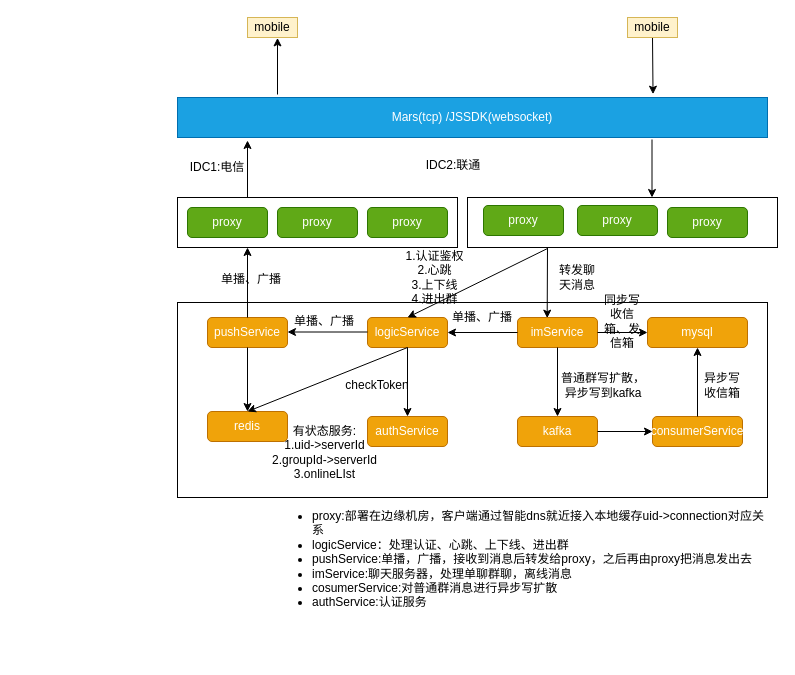
Above: arch/im/arch.drawio in zhangchuhu/drawio (draw.io), before the change. Source tidied: cells renumbered, new cells numbered last; positions are measured from the earlier drawing's top-left corner, leaving out a move shared by most shapes. Both pictures are drawn from the tidied source at 100%, with x=0, y=0 at pixel (177, 17).
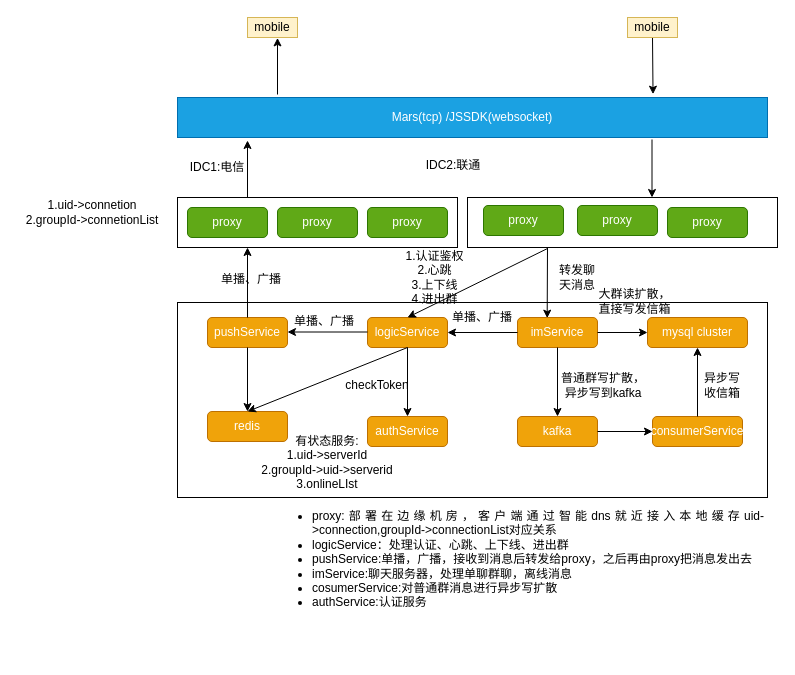
Above is the later version.

Diff of the diagram source:
```diff
@@
-    <mxCell id="30" value="有状态服务:&lt;br&gt;1.uid-&amp;gt;serverId&lt;br&gt;2.groupId-&amp;gt;serverId&lt;br&gt;3.onlineLIst" style="text;html=1;strokeColor=none;fillColor=none;align=center;verticalAlign=middle;whiteSpace=wrap;rounded=0;" parent="1" vertex="1">
-      <mxGeometry x="85.5" y="410" width="123" height="50" as="geometry" />
+    <mxCell id="30" value="1.uid-&amp;gt;connetion&lt;br&gt;2.groupId-&amp;gt;connetionList" style="text;html=1;strokeColor=none;fillColor=none;align=center;verticalAlign=middle;whiteSpace=wrap;rounded=0;" parent="1" vertex="1">
+      <mxGeometry x="-160" y="170" width="150" height="50" as="geometry" />
     </mxCell>
@@
-    <mxCell id="39" value="mysql" style="rounded=1;whiteSpace=wrap;html=1;fillColor=#f0a30a;strokeColor=#BD7000;fontColor=#ffffff;" parent="1" vertex="1">
+    <mxCell id="39" value="mysql cluster" style="rounded=1;whiteSpace=wrap;html=1;fillColor=#f0a30a;strokeColor=#BD7000;fontColor=#ffffff;" parent="1" vertex="1">
       <mxGeometry x="470" y="300" width="100" height="30" as="geometry" />
     </mxCell>
@@
-    <mxCell id="49" value="同步写收信箱、发信箱" style="text;html=1;strokeColor=none;fillColor=none;align=center;verticalAlign=middle;whiteSpace=wrap;rounded=0;" parent="1" vertex="1">
-      <mxGeometry x="425" y="294" width="40" height="20" as="geometry" />
+    <mxCell id="49" value="大群读扩散，直接写发信箱" style="text;html=1;strokeColor=none;fillColor=none;align=center;verticalAlign=middle;whiteSpace=wrap;rounded=0;" parent="1" vertex="1">
+      <mxGeometry x="420" y="274" width="75" height="20" as="geometry" />
     </mxCell>
-    <mxCell id="50" value="&lt;div style=&quot;text-align: justify&quot;&gt;&lt;ul&gt;&lt;li&gt;&lt;span style=&quot;font-weight: normal&quot;&gt;&lt;font style=&quot;font-size: 12px&quot;&gt;proxy:部署在边缘机房，客户端通过智能dns就近接入本地缓存uid-&amp;gt;connection对应关系&lt;/font&gt;&lt;/span&gt;&lt;/li&gt;&lt;li&gt;&lt;span&gt;logicService：处理认证、心跳、上下线、进出群&lt;/span&gt;&lt;/li&gt;&lt;li&gt;&lt;span&gt;pushService:单播，广播，接收到消息后转发给proxy，之后再由proxy把消息发出去&lt;/span&gt;&lt;/li&gt;&lt;li&gt;imService:聊天服务器，处理单聊群聊，离线消息&lt;/li&gt;&lt;li&gt;cosumerService:对普通群消息进行异步写扩散&lt;/li&gt;&lt;li&gt;&lt;span&gt;authService:认证服务&lt;/span&gt;&lt;/li&gt;&lt;/ul&gt;&lt;/div&gt;&lt;div style=&quot;text-align: justify&quot;&gt;&lt;span style=&quot;font-weight: normal&quot;&gt;&lt;font style=&quot;font-size: 12px&quot;&gt;&lt;br&gt;&lt;/font&gt;&lt;/span&gt;&lt;/div&gt;" style="text;html=1;strokeColor=none;fillColor=none;spacing=5;spacingTop=-20;whiteSpace=wrap;overflow=hidden;rounded=0;" parent="1" vertex="1">
+    <mxCell id="50" value="&lt;div style=&quot;text-align: justify&quot;&gt;&lt;ul&gt;&lt;li&gt;&lt;span style=&quot;font-weight: normal&quot;&gt;&lt;font style=&quot;font-size: 12px&quot;&gt;proxy:部署在边缘机房，客户端通过智能dns就近接入本地缓存uid-&amp;gt;connection,groupId-&amp;gt;connectionList对应关系&lt;/font&gt;&lt;/span&gt;&lt;/li&gt;&lt;li&gt;&lt;span&gt;logicService：处理认证、心跳、上下线、进出群&lt;/span&gt;&lt;/li&gt;&lt;li&gt;&lt;span&gt;pushService:单播，广播，接收到消息后转发给proxy，之后再由proxy把消息发出去&lt;/span&gt;&lt;/li&gt;&lt;li&gt;imService:聊天服务器，处理单聊群聊，离线消息&lt;/li&gt;&lt;li&gt;cosumerService:对普通群消息进行异步写扩散&lt;/li&gt;&lt;li&gt;&lt;span&gt;authService:认证服务&lt;/span&gt;&lt;/li&gt;&lt;/ul&gt;&lt;/div&gt;&lt;div style=&quot;text-align: justify&quot;&gt;&lt;span style=&quot;font-weight: normal&quot;&gt;&lt;font style=&quot;font-size: 12px&quot;&gt;&lt;br&gt;&lt;/font&gt;&lt;/span&gt;&lt;/div&gt;" style="text;html=1;strokeColor=none;fillColor=none;spacing=5;spacingTop=-20;whiteSpace=wrap;overflow=hidden;rounded=0;" parent="1" vertex="1">
       <mxGeometry x="90" y="490" width="500" height="150" as="geometry" />
     </mxCell>
@@
+    <mxCell id="53" value="有状态服务:&lt;br&gt;1.uid-&amp;gt;serverId&lt;br&gt;2.groupId-&amp;gt;uid-&amp;gt;serverid&lt;br&gt;3.onlineLIst" style="text;html=1;strokeColor=none;fillColor=none;align=center;verticalAlign=middle;whiteSpace=wrap;rounded=0;" parent="1" vertex="1">
+      <mxGeometry x="50" y="420" width="200" height="50" as="geometry" />
+    </mxCell>
```
